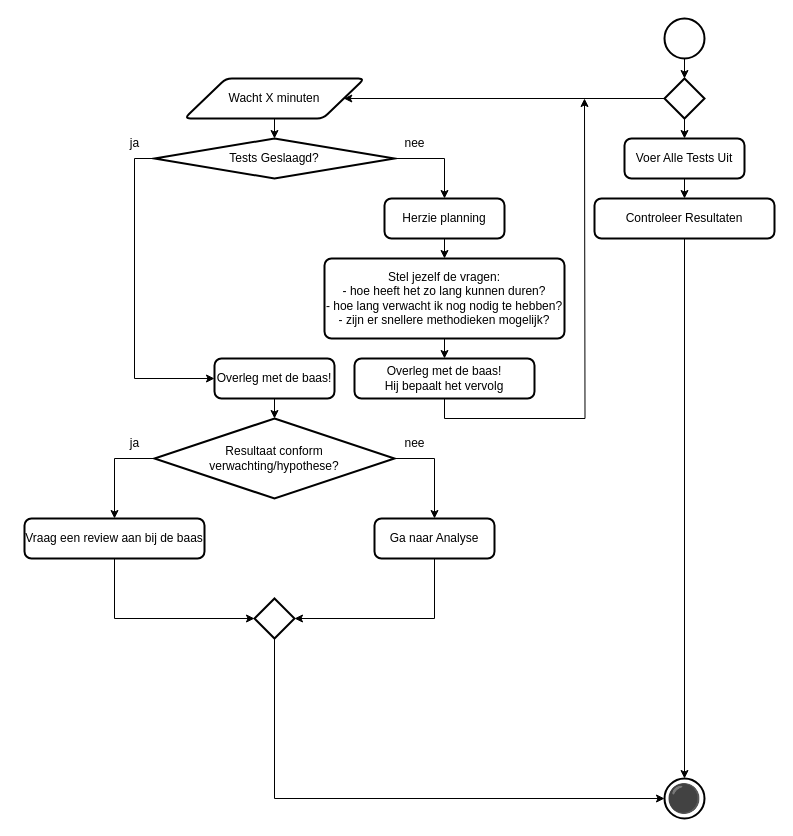
Above: 5 Issue Tracker test.drawio in Zaibatsu89/IssueTracker (draw.io), before the change. Source tidied: cells renumbered, new cells numbered last; positions are measured from the earlier drawing's top-left corner, leaving out a move shared by most shapes. Both pictures are drawn from the tidied source at 100%, with x=0, y=0 at pixel (24, 18).
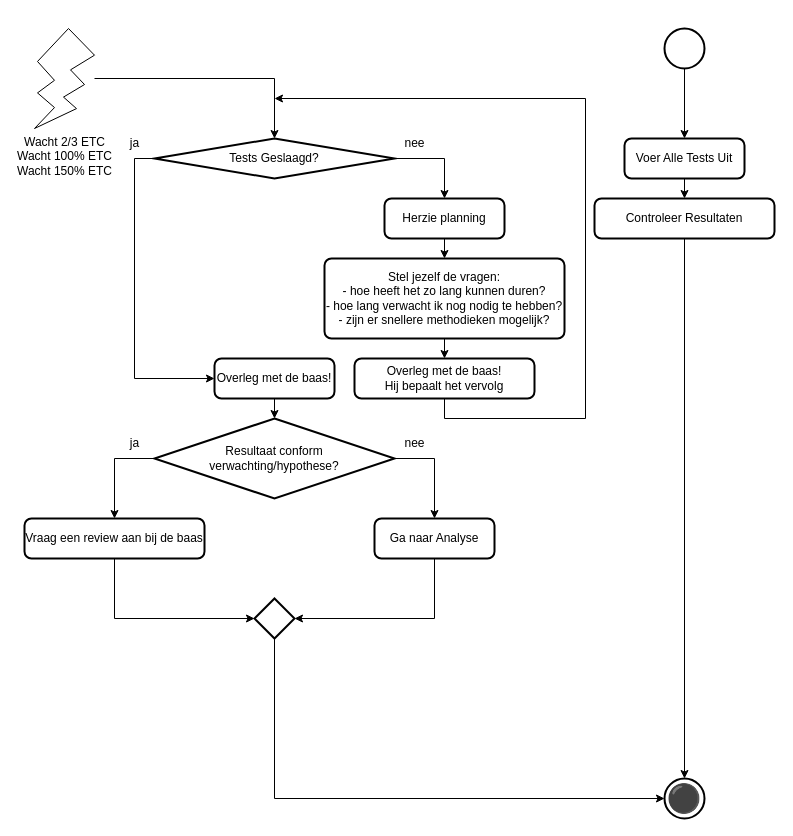
After the change.

Unchanged cells that the change refers to:
```xml
<mxCell id="4" value="Voer Alle Tests Uit" style="rounded=1;whiteSpace=wrap;html=1;absoluteArcSize=1;arcSize=14;strokeWidth=2;" parent="1" vertex="1">
  <mxGeometry x="600" y="120" width="120" height="40" as="geometry" />
</mxCell>
<mxCell id="8" value="Tests Geslaagd?" style="strokeWidth=2;html=1;shape=mxgraph.flowchart.decision;whiteSpace=wrap;" parent="1" vertex="1">
  <mxGeometry x="130" y="120" width="240" height="40" as="geometry" />
</mxCell>
<mxCell id="31" value="Overleg met de baas!&lt;br&gt;Hij bepaalt het vervolg" style="rounded=1;whiteSpace=wrap;html=1;absoluteArcSize=1;arcSize=14;strokeWidth=2;" parent="1" vertex="1">
  <mxGeometry x="330" y="340" width="180" height="40" as="geometry" />
</mxCell>
```

What changed in the source:
```diff
@@
     <mxCell id="2" style="strokeWidth=2;html=1;shape=mxgraph.flowchart.start_2;whiteSpace=wrap;" parent="1" vertex="1">
-      <mxGeometry x="640" width="40" height="40" as="geometry" />
+      <mxGeometry x="640" y="10" width="40" height="40" as="geometry" />
     </mxCell>
@@
-    <mxCell id="20" style="edgeStyle=orthogonalEdgeStyle;rounded=0;jettySize=auto;html=1;exitX=0;exitY=0.5;exitDx=0;exitDy=0;exitPerimeter=0;entryX=1;entryY=0.5;entryDx=0;entryDy=0;" parent="1" edge="1" source="22" target="24">
-      <mxGeometry relative="1" as="geometry" />
-    </mxCell>
-    <mxCell id="21" style="edgeStyle=orthogonalEdgeStyle;rounded=0;jettySize=auto;html=1;exitX=0.5;exitY=1;exitDx=0;exitDy=0;exitPerimeter=0;entryX=0.5;entryY=0;entryDx=0;entryDy=0;" parent="1" edge="1" source="22" target="4">
-      <mxGeometry relative="1" as="geometry" />
-    </mxCell>
-    <mxCell id="22" style="strokeWidth=2;html=1;shape=mxgraph.flowchart.decision;whiteSpace=wrap;" parent="1" vertex="1">
-      <mxGeometry x="640" y="60" width="40" height="40" as="geometry" />
-    </mxCell>
-    <mxCell id="23" style="edgeStyle=orthogonalEdgeStyle;rounded=0;jettySize=auto;html=1;exitX=0.5;exitY=1;exitDx=0;exitDy=0;exitPerimeter=0;entryX=0.5;entryY=0;entryDx=0;entryDy=0;entryPerimeter=0;" parent="1" edge="1" source="2" target="22">
+    <mxCell id="23" style="edgeStyle=orthogonalEdgeStyle;rounded=0;jettySize=auto;html=1;exitX=0.5;exitY=1;exitDx=0;exitDy=0;exitPerimeter=0;entryX=0.5;entryY=0;entryDx=0;entryDy=0;" parent="1" edge="1" source="2" target="4">
       <mxGeometry relative="1" as="geometry" />
     </mxCell>
-    <mxCell id="24" value="Wacht X minuten" style="shape=parallelogram;html=1;strokeWidth=2;perimeter=parallelogramPerimeter;whiteSpace=wrap;rounded=1;arcSize=12;size=0.23;" parent="1" vertex="1">
-      <mxGeometry x="160" y="60" width="180" height="40" as="geometry" />
-    </mxCell>
-    <mxCell id="25" style="edgeStyle=orthogonalEdgeStyle;rounded=0;jettySize=auto;html=1;exitX=0.5;exitY=1;exitDx=0;exitDy=0;entryX=0.5;entryY=0;entryDx=0;entryDy=0;entryPerimeter=0;" parent="1" edge="1" source="24" target="8">
-      <mxGeometry relative="1" as="geometry" />
-    </mxCell>
@@
     <mxCell id="30" style="edgeStyle=orthogonalEdgeStyle;rounded=0;jettySize=auto;html=1;exitX=0.5;exitY=1;exitDx=0;exitDy=0;" parent="1" edge="1" source="31">
       <mxGeometry relative="1" as="geometry">
-        <mxPoint x="560" y="80" as="targetPoint" />
+        <mxPoint x="250" y="80" as="targetPoint" />
+        <Array as="points">
+          <mxPoint x="420" y="400" />
+          <mxPoint x="561" y="400" />
+        </Array>
       </mxGeometry>
     </mxCell>
@@
+    <mxCell id="38" value="Wacht 2/3 ETC&lt;br&gt;Wacht 100% ETC&lt;br&gt;Wacht 150% ETC" style="verticalLabelPosition=bottom;verticalAlign=top;html=1;shape=mxgraph.basic.flash;" parent="1" vertex="1">
+      <mxGeometry x="10" y="10" width="60" height="100" as="geometry" />
+    </mxCell>
+    <mxCell id="39" style="edgeStyle=orthogonalEdgeStyle;rounded=0;jettySize=auto;html=1;entryX=0.5;entryY=0;entryDx=0;entryDy=0;entryPerimeter=0;" parent="1" edge="1" source="38" target="8">
+      <mxGeometry relative="1" as="geometry" />
+    </mxCell>
```
